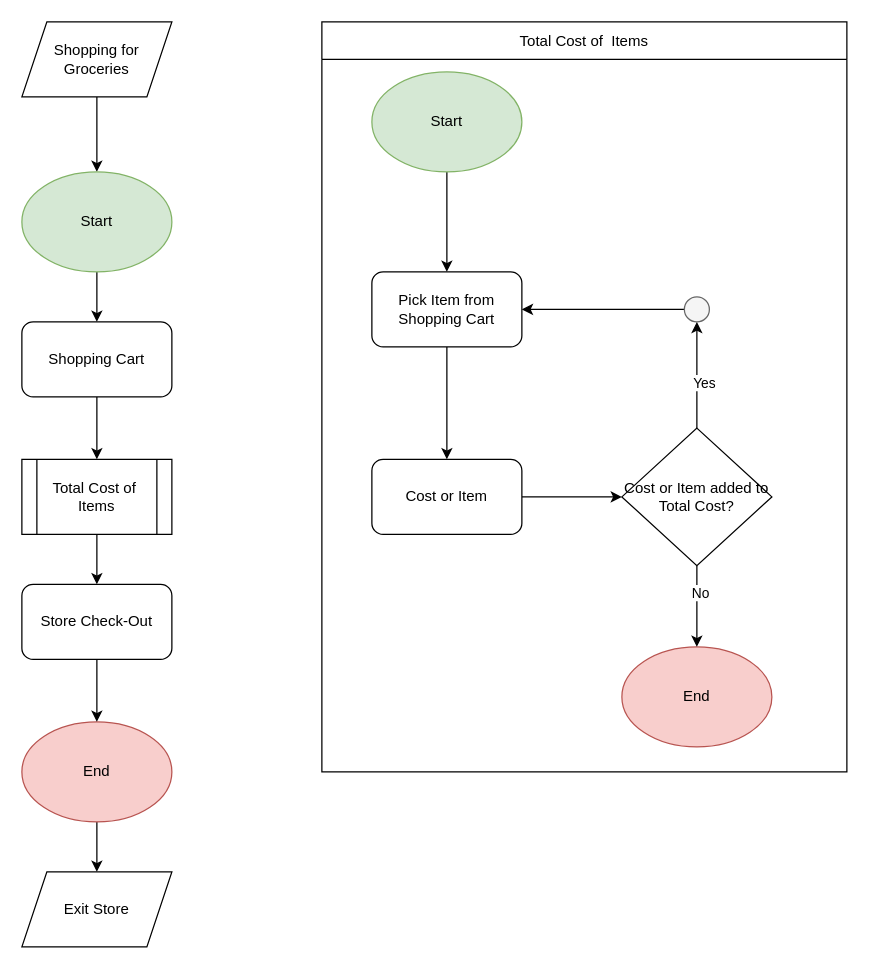
Above: Store Check-Out Process Diagram.drawio in matkiai/me_and_myself (draw.io), before the change. Source tidied: cells renumbered, new cells numbered last; positions are measured from the earlier drawing's top-left corner, leaving out a move shared by most shapes. Both pictures are drawn from the tidied source at 125%, with x=0, y=0 at pixel (21, 21).
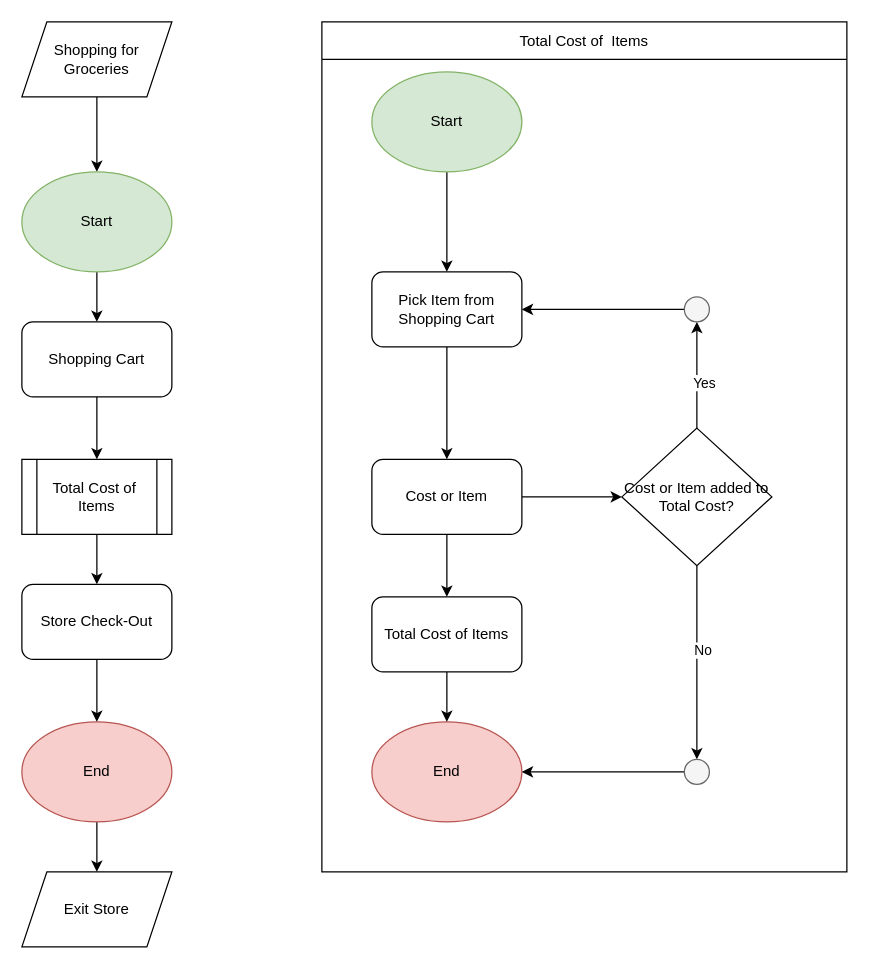
The same page after the edit.

The change refers to these unchanged cells:
```xml
<mxCell id="24" value="Cost or Item" style="rounded=1;whiteSpace=wrap;html=1;" parent="1" vertex="1">
  <mxGeometry x="280" y="350" width="120" height="60" as="geometry" />
</mxCell>
<mxCell id="31" value="Cost or Item added to Total Cost?" style="rhombus;whiteSpace=wrap;html=1;" parent="1" vertex="1">
  <mxGeometry x="480" y="325" width="120" height="110" as="geometry" />
</mxCell>
```

What changed in the source:
```diff
@@
     <mxCell id="10" value="Total Cost of  Items " style="shape=table;startSize=30;childLayout=tableLayout;" parent="1" vertex="1">
-      <mxGeometry x="240" width="420" height="600" as="geometry" />
+      <mxGeometry x="240" width="420" height="680" as="geometry" />
     </mxCell>
     <mxCell id="11" style="shape=tableRow;horizontal=0;startSize=0;swimlaneHead=0;swimlaneBody=0;strokeColor=inherit;top=0;left=0;bottom=0;right=0;fillColor=none;" parent="10" vertex="1">
-      <mxGeometry y="30" width="420" height="570" as="geometry" />
+      <mxGeometry y="30" width="420" height="650" as="geometry" />
     </mxCell>
     <mxCell id="12" style="shape=partialRectangle;html=1;whiteSpace=wrap;strokeColor=inherit;overflow=hidden;fillColor=none;top=0;left=0;bottom=0;right=0;" parent="11" vertex="1">
-      <mxGeometry width="420" height="570" as="geometry" />
+      <mxGeometry width="420" height="650" as="geometry" />
     </mxCell>
@@
     <mxCell id="20" value="End" style="ellipse;whiteSpace=wrap;html=1;fillColor=#f8cecc;strokeColor=#b85450;" parent="1" vertex="1">
-      <mxGeometry x="480" y="500" width="120" height="80" as="geometry" />
+      <mxGeometry x="280" y="560" width="120" height="80" as="geometry" />
     </mxCell>
@@
+    <mxCell id="32" style="edgeStyle=orthogonalEdgeStyle;rounded=0;jettySize=auto;html=1;" parent="1" edge="1" source="24" target="35">
+      <mxGeometry relative="1" as="geometry" />
+    </mxCell>
@@
-    <mxCell id="29" style="edgeStyle=orthogonalEdgeStyle;rounded=0;jettySize=auto;html=1;" parent="1" edge="1" source="31" target="20">
-      <mxGeometry relative="1" as="geometry" />
-    </mxCell>
+    <mxCell id="33" style="edgeStyle=orthogonalEdgeStyle;rounded=0;jettySize=auto;html=1;" parent="1" edge="1" source="31" target="37">
+      <mxGeometry relative="1" as="geometry" />
+    </mxCell>
-    <mxCell id="30" value="No" style="edgeLabel;html=1;align=center;verticalAlign=middle;" parent="29" vertex="1">
-      <mxGeometry x="-0.35" y="2" relative="1" as="geometry" />
+    <mxCell id="30" value="No" style="edgeLabel;html=1;align=center;verticalAlign=middle;" parent="33" vertex="1">
+      <mxGeometry x="-0.14" y="4" relative="1" as="geometry" />
     </mxCell>
@@
+    <mxCell id="34" style="edgeStyle=orthogonalEdgeStyle;rounded=0;jettySize=auto;html=1;" parent="1" edge="1" source="35" target="20">
+      <mxGeometry relative="1" as="geometry" />
+    </mxCell>
+    <mxCell id="35" value="Total Cost of Items" style="rounded=1;whiteSpace=wrap;html=1;" parent="1" vertex="1">
+      <mxGeometry x="280" y="460" width="120" height="60" as="geometry" />
+    </mxCell>
+    <mxCell id="36" style="edgeStyle=orthogonalEdgeStyle;rounded=0;jettySize=auto;html=1;" parent="1" edge="1" source="37" target="20">
+      <mxGeometry relative="1" as="geometry" />
+    </mxCell>
+    <mxCell id="37" style="ellipse;whiteSpace=wrap;html=1;fillColor=#f5f5f5;fontColor=#333333;strokeColor=#666666;" parent="1" vertex="1">
+      <mxGeometry x="530" y="590" width="20" height="20" as="geometry" />
+    </mxCell>
```
